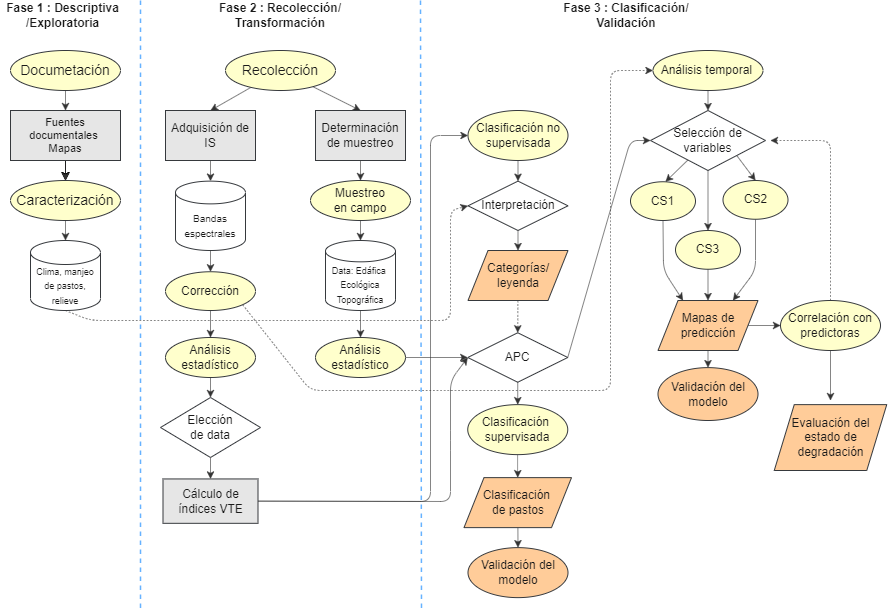
Above: Flujo_corregido.drawio.png in labsaf/COS-HUARI (draw.io), before the change. Source tidied: cells renumbered, new cells last; positions are measured from the earlier drawing's top-left corner, leaving out a move shared by most shapes. Its diagram source:
```xml
<mxGraphModel background="#ffffff">
  <root>
    <mxCell id="0" />
    <mxCell id="1" parent="0" />
    <mxCell id="2" value="Fase 1 : Descriptiva&lt;br&gt;/Exploratoria" style="text;html=1;strokeColor=none;fillColor=none;align=center;verticalAlign=middle;whiteSpace=wrap;rounded=0;fontColor=#1A1A1A;fontStyle=1;" parent="1" vertex="1">
      <mxGeometry width="125" height="30" as="geometry" />
    </mxCell>
    <mxCell id="3" value="Fase 2 : Recolección/&lt;br&gt;Transformación" style="text;html=1;strokeColor=none;fillColor=none;align=center;verticalAlign=middle;whiteSpace=wrap;rounded=0;fontColor=#1A1A1A;fontStyle=1;" parent="1" vertex="1">
      <mxGeometry x="216.2" width="127.5" height="30" as="geometry" />
    </mxCell>
    <mxCell id="4" value="Fase 3 : Clasificación/&lt;br&gt;Validación" style="text;html=1;strokeColor=none;fillColor=none;align=center;verticalAlign=middle;whiteSpace=wrap;rounded=0;fontColor=#1A1A1A;fontStyle=1;" parent="1" vertex="1">
      <mxGeometry x="560" width="131.5" height="30" as="geometry" />
    </mxCell>
    <mxCell id="5" style="edgeStyle=none;html=1;entryX=0;entryY=0.5;entryDx=0;entryDy=0;strokeColor=#333333;dashed=1;strokeWidth=0.6;exitX=0.5;exitY=1;exitDx=0;exitDy=0;exitPerimeter=0;" parent="1" edge="1" source="6" target="43">
      <mxGeometry relative="1" as="geometry">
        <Array as="points">
          <mxPoint x="90" y="320" />
          <mxPoint x="260" y="320" />
          <mxPoint x="450" y="320" />
          <mxPoint x="450" y="260" />
          <mxPoint x="450" y="210" />
        </Array>
      </mxGeometry>
    </mxCell>
    <mxCell id="6" value="&lt;font style=&quot;font-size: 9px;&quot;&gt;Clima, manjeo de pastos, relieve&lt;/font&gt;" style="shape=cylinder3;whiteSpace=wrap;html=1;boundedLbl=1;backgroundOutline=1;size=12.000030517578125;fillColor=#FFFFFF;strokeColor=#36393d;fontColor=#1A1A1A;" parent="1" vertex="1">
      <mxGeometry x="30" y="240" width="70" height="70" as="geometry" />
    </mxCell>
    <mxCell id="7" style="edgeStyle=none;html=1;" parent="1" edge="1" source="10" target="26">
      <mxGeometry relative="1" as="geometry" />
    </mxCell>
    <mxCell id="8" style="edgeStyle=none;html=1;" parent="1" edge="1" source="10" target="26">
      <mxGeometry relative="1" as="geometry" />
    </mxCell>
    <mxCell id="9" style="edgeStyle=none;html=1;entryX=0.5;entryY=0;entryDx=0;entryDy=0;strokeColor=#333333;strokeWidth=0.6;" parent="1" edge="1" source="10" target="26">
      <mxGeometry relative="1" as="geometry" />
    </mxCell>
    <mxCell id="10" value="&lt;font style=&quot;font-size: 11px;&quot;&gt;Fuentes documentales&amp;nbsp;&lt;br&gt;Mapas&lt;/font&gt;" style="rounded=0;whiteSpace=wrap;html=1;fontSize=9;fillColor=#E6E6E6;strokeColor=#36393d;fontColor=#1A1A1A;" parent="1" vertex="1">
      <mxGeometry x="10" y="110" width="110" height="50" as="geometry" />
    </mxCell>
    <mxCell id="11" style="edgeStyle=none;html=1;entryX=0.5;entryY=0;entryDx=0;entryDy=0;strokeColor=#333333;strokeWidth=0.6;" parent="1" edge="1" source="12" target="10">
      <mxGeometry relative="1" as="geometry" />
    </mxCell>
    <mxCell id="12" value="&lt;font style=&quot;font-size: 14px;&quot;&gt;Documetación&lt;/font&gt;" style="ellipse;whiteSpace=wrap;html=1;fillColor=#FFFFCC;strokeColor=#36393d;fontColor=#1A1A1A;" parent="1" vertex="1">
      <mxGeometry x="10" y="50" width="110" height="40" as="geometry" />
    </mxCell>
    <mxCell id="13" style="edgeStyle=none;html=1;exitX=0.5;exitY=1;exitDx=0;exitDy=0;exitPerimeter=0;entryX=0.5;entryY=0;entryDx=0;entryDy=0;strokeColor=#333333;strokeWidth=0.6;" parent="1" edge="1" source="14" target="60">
      <mxGeometry relative="1" as="geometry" />
    </mxCell>
    <mxCell id="14" value="&lt;font style=&quot;font-size: 9px;&quot;&gt;Data: Edáfica&amp;nbsp;&lt;br&gt;Ecológica&lt;br&gt;Topográfica&lt;br&gt;&lt;/font&gt;" style="shape=cylinder3;whiteSpace=wrap;html=1;boundedLbl=1;backgroundOutline=1;size=10.66668701171875;fillColor=#FFFFFF;strokeColor=#36393d;fontColor=#1A1A1A;" parent="1" vertex="1">
      <mxGeometry x="325" y="240" width="70" height="70" as="geometry" />
    </mxCell>
    <mxCell id="15" style="edgeStyle=none;html=1;entryX=0.5;entryY=0;entryDx=0;entryDy=0;entryPerimeter=0;strokeColor=#333333;strokeWidth=0.6;" parent="1" edge="1" source="16" target="18">
      <mxGeometry relative="1" as="geometry" />
    </mxCell>
    <mxCell id="16" value="&lt;font style=&quot;font-size: 12px;&quot;&gt;Adquisición de IS&lt;/font&gt;" style="rounded=0;whiteSpace=wrap;html=1;fontSize=9;fillColor=#E6E6E6;strokeColor=#36393d;fontColor=#1A1A1A;" parent="1" vertex="1">
      <mxGeometry x="165" y="110" width="90" height="50" as="geometry" />
    </mxCell>
    <mxCell id="17" style="edgeStyle=none;html=1;entryX=0.5;entryY=0;entryDx=0;entryDy=0;strokeColor=#333333;strokeWidth=0.6;" parent="1" edge="1" source="18" target="21">
      <mxGeometry relative="1" as="geometry" />
    </mxCell>
    <mxCell id="18" value="&lt;font size=&quot;1&quot;&gt;Bandas &lt;br&gt;espectrales&lt;br&gt;&lt;/font&gt;" style="shape=cylinder3;whiteSpace=wrap;html=1;boundedLbl=1;backgroundOutline=1;size=11.37003051757813;fillColor=#FFFFFF;strokeColor=#36393d;fontColor=#1A1A1A;" parent="1" vertex="1">
      <mxGeometry x="175" y="180.6" width="70" height="69.4" as="geometry" />
    </mxCell>
    <mxCell id="19" style="edgeStyle=none;html=1;entryX=0.5;entryY=0;entryDx=0;entryDy=0;strokeColor=#333333;strokeWidth=0.6;" parent="1" edge="1" source="21" target="49">
      <mxGeometry relative="1" as="geometry" />
    </mxCell>
    <mxCell id="20" style="edgeStyle=none;html=1;entryX=0;entryY=0.5;entryDx=0;entryDy=0;dashed=1;strokeColor=#333333;strokeWidth=0.6;fontSize=11;exitX=1;exitY=1;exitDx=0;exitDy=0;" parent="1" edge="1" source="21" target="30">
      <mxGeometry relative="1" as="geometry">
        <Array as="points">
          <mxPoint x="310" y="390" />
          <mxPoint x="450" y="390" />
          <mxPoint x="610" y="390" />
          <mxPoint x="610" y="230" />
          <mxPoint x="610" y="70" />
        </Array>
      </mxGeometry>
    </mxCell>
    <mxCell id="21" value="Corrección" style="ellipse;whiteSpace=wrap;html=1;fontSize=12;fillColor=#FFFFCC;strokeColor=#36393d;fontColor=#1A1A1A;" parent="1" vertex="1">
      <mxGeometry x="165" y="271.2" width="90" height="38.8" as="geometry" />
    </mxCell>
    <mxCell id="22" style="edgeStyle=none;html=1;exitX=0.5;exitY=1;exitDx=0;exitDy=0;entryX=0.5;entryY=0;entryDx=0;entryDy=0;strokeColor=#333333;strokeWidth=0.6;" parent="1" edge="1" source="24" target="62">
      <mxGeometry relative="1" as="geometry" />
    </mxCell>
    <mxCell id="23" style="edgeStyle=none;html=1;entryX=0;entryY=0.5;entryDx=0;entryDy=0;strokeColor=#333333;strokeWidth=0.6;fontSize=11;exitX=1;exitY=0.5;exitDx=0;exitDy=0;" parent="1" edge="1" source="24" target="67">
      <mxGeometry relative="1" as="geometry">
        <Array as="points">
          <mxPoint x="630" y="140" />
        </Array>
      </mxGeometry>
    </mxCell>
    <mxCell id="24" value="APC" style="rhombus;whiteSpace=wrap;html=1;fontSize=12;fillColor=#FFFFFF;strokeColor=#36393d;fontColor=#1A1A1A;" parent="1" vertex="1">
      <mxGeometry x="467.2" y="332.2" width="100" height="49.5" as="geometry" />
    </mxCell>
    <mxCell id="25" style="edgeStyle=none;html=1;entryX=0.5;entryY=0;entryDx=0;entryDy=0;entryPerimeter=0;strokeColor=#333333;strokeWidth=0.6;" parent="1" edge="1" source="26" target="6">
      <mxGeometry relative="1" as="geometry" />
    </mxCell>
    <mxCell id="26" value="&lt;span style=&quot;font-size: 14px;&quot;&gt;Caracterización&lt;/span&gt;" style="ellipse;whiteSpace=wrap;html=1;fillColor=#FFFFCC;strokeColor=#36393d;fontColor=#1A1A1A;" parent="1" vertex="1">
      <mxGeometry x="10" y="180" width="110" height="40" as="geometry" />
    </mxCell>
    <mxCell id="27" style="edgeStyle=none;html=1;entryX=0.5;entryY=0;entryDx=0;entryDy=0;strokeColor=#333333;strokeWidth=0.6;" parent="1" edge="1" source="28" target="43">
      <mxGeometry relative="1" as="geometry" />
    </mxCell>
    <mxCell id="28" value="Clasificación no supervisada" style="ellipse;whiteSpace=wrap;html=1;fontSize=12;fillColor=#FFFFCC;strokeColor=#36393d;fontColor=#1A1A1A;" parent="1" vertex="1">
      <mxGeometry x="467.5" y="110" width="100" height="50" as="geometry" />
    </mxCell>
    <mxCell id="29" style="edgeStyle=none;html=1;entryX=0.5;entryY=0;entryDx=0;entryDy=0;strokeColor=#333333;strokeWidth=0.6;fontSize=11;" parent="1" edge="1" source="30" target="67">
      <mxGeometry relative="1" as="geometry" />
    </mxCell>
    <mxCell id="30" value="Análisis temporal&amp;nbsp;" style="ellipse;whiteSpace=wrap;html=1;fontSize=12;fillColor=#FFFFCC;strokeColor=#36393d;fontColor=#1A1A1A;" parent="1" vertex="1">
      <mxGeometry x="652.5" y="50" width="110" height="40" as="geometry" />
    </mxCell>
    <mxCell id="31" style="edgeStyle=none;html=1;entryX=0.25;entryY=0;entryDx=0;entryDy=0;strokeColor=#333333;strokeWidth=0.6;fontSize=11;" parent="1" edge="1" source="32" target="39">
      <mxGeometry relative="1" as="geometry">
        <Array as="points">
          <mxPoint x="663" y="270" />
        </Array>
      </mxGeometry>
    </mxCell>
    <mxCell id="32" value="CS1" style="ellipse;whiteSpace=wrap;html=1;fontSize=12;fillColor=#FFFFCC;strokeColor=#36393d;fontColor=#1A1A1A;" parent="1" vertex="1">
      <mxGeometry x="630" y="181.2" width="65" height="38.8" as="geometry" />
    </mxCell>
    <mxCell id="33" style="edgeStyle=none;html=1;entryX=0.5;entryY=0;entryDx=0;entryDy=0;strokeColor=#333333;strokeWidth=0.6;dashed=1;" parent="1" edge="1" source="34" target="24">
      <mxGeometry relative="1" as="geometry" />
    </mxCell>
    <mxCell id="34" value="Categorías/ leyenda" style="shape=parallelogram;perimeter=parallelogramPerimeter;whiteSpace=wrap;html=1;fixedSize=1;fillColor=#ffcc99;strokeColor=#36393d;fontColor=#1A1A1A;" parent="1" vertex="1">
      <mxGeometry x="467.5" y="250" width="100" height="50" as="geometry" />
    </mxCell>
    <mxCell id="35" style="edgeStyle=none;html=1;entryX=0.5;entryY=0;entryDx=0;entryDy=0;strokeColor=#333333;strokeWidth=0.6;" parent="1" edge="1" source="36" target="40">
      <mxGeometry relative="1" as="geometry" />
    </mxCell>
    <mxCell id="36" value="Clasificación&amp;nbsp;&lt;br&gt;de pastos" style="shape=parallelogram;perimeter=parallelogramPerimeter;whiteSpace=wrap;html=1;fixedSize=1;fillColor=#ffcc99;strokeColor=#36393d;fontColor=#1A1A1A;" parent="1" vertex="1">
      <mxGeometry x="463.5" y="477.1" width="107.5" height="50" as="geometry" />
    </mxCell>
    <mxCell id="37" style="edgeStyle=none;html=1;exitX=0.5;exitY=1;exitDx=0;exitDy=0;entryX=0.5;entryY=0;entryDx=0;entryDy=0;strokeColor=#333333;strokeWidth=0.6;fontSize=11;" parent="1" edge="1" source="39" target="41">
      <mxGeometry relative="1" as="geometry" />
    </mxCell>
    <mxCell id="38" style="edgeStyle=none;html=1;entryX=0;entryY=0.5;entryDx=0;entryDy=0;strokeColor=#333333;strokeWidth=0.6;fontSize=11;" parent="1" edge="1" source="39" target="74">
      <mxGeometry relative="1" as="geometry" />
    </mxCell>
    <mxCell id="39" value="Mapas de predicción" style="shape=parallelogram;perimeter=parallelogramPerimeter;whiteSpace=wrap;html=1;fixedSize=1;fillColor=#ffcc99;strokeColor=#36393d;fontColor=#1A1A1A;" parent="1" vertex="1">
      <mxGeometry x="657.5" y="300" width="100" height="50" as="geometry" />
    </mxCell>
    <mxCell id="40" value="Validación del modelo" style="ellipse;whiteSpace=wrap;html=1;fontSize=12;fillColor=#ffcc99;strokeColor=#36393d;fontColor=#1A1A1A;" parent="1" vertex="1">
      <mxGeometry x="467.5" y="547.1" width="100" height="50" as="geometry" />
    </mxCell>
    <mxCell id="41" value="Validación del modelo" style="ellipse;whiteSpace=wrap;html=1;fontSize=12;fillColor=#ffcc99;strokeColor=#36393d;fontColor=#1A1A1A;" parent="1" vertex="1">
      <mxGeometry x="657.5" y="367.1" width="100" height="52.9" as="geometry" />
    </mxCell>
    <mxCell id="42" style="edgeStyle=none;html=1;entryX=0.5;entryY=0;entryDx=0;entryDy=0;strokeColor=#333333;strokeWidth=0.6;" parent="1" edge="1" source="43" target="34">
      <mxGeometry relative="1" as="geometry">
        <Array as="points">
          <mxPoint x="517.5" y="250" />
        </Array>
      </mxGeometry>
    </mxCell>
    <mxCell id="43" value="Interpretación" style="rhombus;whiteSpace=wrap;html=1;fontSize=12;fillColor=#FFFFFF;strokeColor=#36393d;fontColor=#1A1A1A;" parent="1" vertex="1">
      <mxGeometry x="467.5" y="180.6" width="100" height="49.4" as="geometry" />
    </mxCell>
    <mxCell id="44" style="endArrow=none;dashed=1;html=1;strokeColor=#66B2FF;strokeWidth=1.5;fontColor=#1A1A1A;" parent="1" edge="1">
      <mxGeometry relative="1" as="geometry">
        <mxPoint x="140" as="sourcePoint" />
        <mxPoint x="140" y="610" as="targetPoint" />
      </mxGeometry>
    </mxCell>
    <mxCell id="45" style="edgeStyle=none;html=1;entryX=0.5;entryY=0;entryDx=0;entryDy=0;strokeColor=#333333;strokeWidth=0.6;" parent="1" edge="1" source="47" target="16">
      <mxGeometry relative="1" as="geometry" />
    </mxCell>
    <mxCell id="46" style="edgeStyle=none;html=1;entryX=0.5;entryY=0;entryDx=0;entryDy=0;strokeColor=#333333;strokeWidth=0.6;" parent="1" edge="1" source="47" target="56">
      <mxGeometry relative="1" as="geometry" />
    </mxCell>
    <mxCell id="47" value="&lt;span style=&quot;font-size: 14px;&quot;&gt;Recolección&lt;/span&gt;" style="ellipse;whiteSpace=wrap;html=1;fillColor=#FFFFCC;strokeColor=#36393d;fontColor=#1A1A1A;" parent="1" vertex="1">
      <mxGeometry x="225" y="50" width="110" height="40" as="geometry" />
    </mxCell>
    <mxCell id="48" style="edgeStyle=none;html=1;entryX=0.5;entryY=0;entryDx=0;entryDy=0;strokeColor=#333333;strokeWidth=0.6;" parent="1" edge="1" source="49" target="51">
      <mxGeometry relative="1" as="geometry" />
    </mxCell>
    <mxCell id="49" value="Análisis &lt;br&gt;estadístico" style="ellipse;whiteSpace=wrap;html=1;fontSize=12;fillColor=#FFFFCC;strokeColor=#36393d;fontColor=#1A1A1A;" parent="1" vertex="1">
      <mxGeometry x="165" y="337" width="90" height="40" as="geometry" />
    </mxCell>
    <mxCell id="50" style="edgeStyle=none;html=1;entryX=0.5;entryY=0;entryDx=0;entryDy=0;strokeColor=#333333;strokeWidth=0.6;" parent="1" edge="1" source="51" target="54">
      <mxGeometry relative="1" as="geometry" />
    </mxCell>
    <mxCell id="51" value="Elección &lt;br&gt;de data" style="rhombus;whiteSpace=wrap;html=1;fontSize=12;fillColor=#FFFFFF;strokeColor=#36393d;fontColor=#1A1A1A;" parent="1" vertex="1">
      <mxGeometry x="160" y="397" width="100" height="60" as="geometry" />
    </mxCell>
    <mxCell id="52" style="edgeStyle=none;html=1;exitX=1;exitY=0.5;exitDx=0;exitDy=0;entryX=0;entryY=0.5;entryDx=0;entryDy=0;strokeColor=#333333;strokeWidth=0.6;" parent="1" edge="1" source="54" target="28">
      <mxGeometry relative="1" as="geometry">
        <Array as="points">
          <mxPoint x="430" y="501" />
          <mxPoint x="430" y="135" />
        </Array>
      </mxGeometry>
    </mxCell>
    <mxCell id="53" style="edgeStyle=none;html=1;entryX=0;entryY=0.5;entryDx=0;entryDy=0;strokeColor=#333333;strokeWidth=0.6;exitX=1;exitY=0.5;exitDx=0;exitDy=0;" parent="1" edge="1" source="54" target="24">
      <mxGeometry relative="1" as="geometry">
        <Array as="points">
          <mxPoint x="450" y="501" />
          <mxPoint x="450" y="440" />
          <mxPoint x="450" y="380" />
        </Array>
      </mxGeometry>
    </mxCell>
    <mxCell id="54" value="&lt;font style=&quot;font-size: 12px;&quot;&gt;Cálculo de índices VTE&lt;/font&gt;" style="rounded=0;whiteSpace=wrap;html=1;fontSize=9;fillColor=#E6E6E6;strokeColor=#36393d;fontColor=#1A1A1A;" parent="1" vertex="1">
      <mxGeometry x="162.5" y="478.4" width="95" height="44.4" as="geometry" />
    </mxCell>
    <mxCell id="55" style="edgeStyle=none;html=1;entryX=0.5;entryY=0;entryDx=0;entryDy=0;strokeColor=#333333;strokeWidth=0.6;" parent="1" edge="1" source="56" target="58">
      <mxGeometry relative="1" as="geometry" />
    </mxCell>
    <mxCell id="56" value="&lt;font style=&quot;font-size: 12px;&quot;&gt;Determinación de muestreo&lt;/font&gt;" style="rounded=0;whiteSpace=wrap;html=1;fontSize=9;fillColor=#E6E6E6;strokeColor=#36393d;fontColor=#1A1A1A;" parent="1" vertex="1">
      <mxGeometry x="315" y="110" width="90" height="50" as="geometry" />
    </mxCell>
    <mxCell id="57" style="edgeStyle=none;html=1;entryX=0.5;entryY=0;entryDx=0;entryDy=0;entryPerimeter=0;strokeColor=#333333;strokeWidth=0.6;" parent="1" edge="1" source="58" target="14">
      <mxGeometry relative="1" as="geometry" />
    </mxCell>
    <mxCell id="58" value="Muestreo &lt;br&gt;en campo" style="ellipse;whiteSpace=wrap;html=1;fillColor=#FFFFCC;strokeColor=#36393d;fontColor=#1A1A1A;" parent="1" vertex="1">
      <mxGeometry x="310" y="180" width="100" height="40" as="geometry" />
    </mxCell>
    <mxCell id="59" style="edgeStyle=none;html=1;entryX=0;entryY=0.5;entryDx=0;entryDy=0;strokeColor=#333333;strokeWidth=0.6;" parent="1" edge="1" source="60" target="24">
      <mxGeometry relative="1" as="geometry" />
    </mxCell>
    <mxCell id="60" value="Análisis &lt;br&gt;estadístico" style="ellipse;whiteSpace=wrap;html=1;fontSize=12;fillColor=#FFFFCC;strokeColor=#36393d;fontColor=#1A1A1A;" parent="1" vertex="1">
      <mxGeometry x="315" y="337" width="90" height="40" as="geometry" />
    </mxCell>
    <mxCell id="61" style="edgeStyle=none;html=1;entryX=0.5;entryY=0;entryDx=0;entryDy=0;strokeColor=#333333;strokeWidth=0.6;" parent="1" edge="1" source="62" target="36">
      <mxGeometry relative="1" as="geometry" />
    </mxCell>
    <mxCell id="62" value="Clasificación&amp;nbsp; supervisada" style="ellipse;whiteSpace=wrap;html=1;fontSize=12;fillColor=#FFFFCC;strokeColor=#36393d;fontColor=#1A1A1A;" parent="1" vertex="1">
      <mxGeometry x="467.2" y="404.1" width="100" height="50" as="geometry" />
    </mxCell>
    <mxCell id="63" style="endArrow=none;dashed=1;html=1;strokeColor=#66B2FF;strokeWidth=1.5;fontColor=#1A1A1A;" parent="1" edge="1">
      <mxGeometry relative="1" as="geometry">
        <mxPoint x="420" as="sourcePoint" />
        <mxPoint x="421" y="610" as="targetPoint" />
      </mxGeometry>
    </mxCell>
    <mxCell id="64" style="edgeStyle=none;html=1;entryX=0.5;entryY=0;entryDx=0;entryDy=0;strokeColor=#333333;strokeWidth=0.6;fontSize=11;" parent="1" edge="1" source="67">
      <mxGeometry relative="1" as="geometry">
        <mxPoint x="665" y="181.2" as="targetPoint" />
      </mxGeometry>
    </mxCell>
    <mxCell id="65" style="edgeStyle=none;html=1;exitX=1;exitY=1;exitDx=0;exitDy=0;strokeColor=#333333;strokeWidth=0.6;fontSize=11;entryX=0.5;entryY=0;entryDx=0;entryDy=0;" parent="1" edge="1" source="67" target="69">
      <mxGeometry relative="1" as="geometry" />
    </mxCell>
    <mxCell id="66" style="edgeStyle=none;html=1;entryX=0.5;entryY=0;entryDx=0;entryDy=0;strokeColor=#333333;strokeWidth=0.6;fontSize=11;" parent="1" edge="1" source="67" target="71">
      <mxGeometry relative="1" as="geometry" />
    </mxCell>
    <mxCell id="67" value="Selección de variables" style="rhombus;whiteSpace=wrap;html=1;fontSize=12;fillColor=#FFFFFF;strokeColor=#36393d;fontColor=#1A1A1A;" parent="1" vertex="1">
      <mxGeometry x="650" y="110" width="115" height="60" as="geometry" />
    </mxCell>
    <mxCell id="68" style="edgeStyle=none;html=1;entryX=0.75;entryY=0;entryDx=0;entryDy=0;strokeColor=#333333;strokeWidth=0.6;fontSize=11;" parent="1" edge="1" source="69" target="39">
      <mxGeometry relative="1" as="geometry">
        <Array as="points">
          <mxPoint x="755" y="270" />
        </Array>
      </mxGeometry>
    </mxCell>
    <mxCell id="69" value="CS2" style="ellipse;whiteSpace=wrap;html=1;fontSize=12;fillColor=#FFFFCC;strokeColor=#36393d;fontColor=#1A1A1A;" parent="1" vertex="1">
      <mxGeometry x="722.5" y="180" width="65" height="38.8" as="geometry" />
    </mxCell>
    <mxCell id="70" style="edgeStyle=none;html=1;entryX=0.5;entryY=0;entryDx=0;entryDy=0;strokeColor=#333333;strokeWidth=0.6;fontSize=11;" parent="1" edge="1" source="71" target="39">
      <mxGeometry relative="1" as="geometry" />
    </mxCell>
    <mxCell id="71" value="CS3" style="ellipse;whiteSpace=wrap;html=1;fontSize=12;fillColor=#FFFFCC;strokeColor=#36393d;fontColor=#1A1A1A;" parent="1" vertex="1">
      <mxGeometry x="675" y="230" width="65" height="38.8" as="geometry" />
    </mxCell>
    <mxCell id="72" style="edgeStyle=none;html=1;strokeColor=#333333;strokeWidth=0.6;fontSize=11;dashed=1;" parent="1" edge="1" source="74">
      <mxGeometry relative="1" as="geometry">
        <mxPoint x="770" y="140" as="targetPoint" />
        <Array as="points">
          <mxPoint x="830" y="140" />
        </Array>
      </mxGeometry>
    </mxCell>
    <mxCell id="73" style="edgeStyle=none;html=1;strokeColor=#333333;strokeWidth=0.6;fontSize=11;" parent="1" edge="1" source="74">
      <mxGeometry relative="1" as="geometry">
        <mxPoint x="830" y="400" as="targetPoint" />
      </mxGeometry>
    </mxCell>
    <mxCell id="74" value="Correlación con predictoras" style="ellipse;whiteSpace=wrap;html=1;fontSize=12;fillColor=#FFFFCC;strokeColor=#36393d;fontColor=#1A1A1A;" parent="1" vertex="1">
      <mxGeometry x="780" y="300" width="100" height="50" as="geometry" />
    </mxCell>
    <mxCell id="75" value="Evaluación del estado de degradación" style="shape=parallelogram;perimeter=parallelogramPerimeter;whiteSpace=wrap;html=1;fixedSize=1;fillColor=#ffcc99;strokeColor=#36393d;fontColor=#1A1A1A;" parent="1" vertex="1">
      <mxGeometry x="773.8" y="404.1" width="112.5" height="65.9" as="geometry" />
    </mxCell>
  </root>
</mxGraphModel>
```
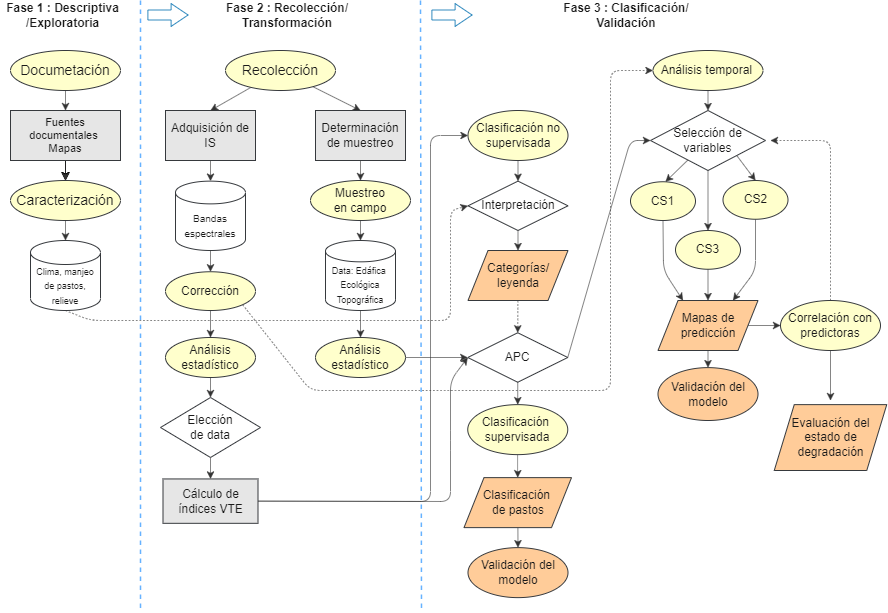
After the commit.

Change to the diagram source:
```diff
@@ -6,7 +6,7 @@
       <mxGeometry width="125" height="30" as="geometry" />
     </mxCell>
     <mxCell id="3" value="Fase 2 : Recolección/&lt;br&gt;Transformación" style="text;html=1;strokeColor=none;fillColor=none;align=center;verticalAlign=middle;whiteSpace=wrap;rounded=0;fontColor=#1A1A1A;fontStyle=1;" parent="1" vertex="1">
-      <mxGeometry x="216.2" width="127.5" height="30" as="geometry" />
+      <mxGeometry x="223" width="127.5" height="30" as="geometry" />
     </mxCell>
     <mxCell id="4" value="Fase 3 : Clasificación/&lt;br&gt;Validación" style="text;html=1;strokeColor=none;fillColor=none;align=center;verticalAlign=middle;whiteSpace=wrap;rounded=0;fontColor=#1A1A1A;fontStyle=1;" parent="1" vertex="1">
       <mxGeometry x="560" width="131.5" height="30" as="geometry" />
@@ -282,5 +282,17 @@
     <mxCell id="75" value="Evaluación del estado de degradación" style="shape=parallelogram;perimeter=parallelogramPerimeter;whiteSpace=wrap;html=1;fixedSize=1;fillColor=#ffcc99;strokeColor=#36393d;fontColor=#1A1A1A;" parent="1" vertex="1">
       <mxGeometry x="773.8" y="404.1" width="112.5" height="65.9" as="geometry" />
     </mxCell>
+    <mxCell id="76" style="shape=flexArrow;endArrow=classic;html=1;strokeColor=#006EAF;strokeWidth=0.8;fontSize=9;fillColor=none;endWidth=12;endSize=5.4;" parent="1" edge="1">
+      <mxGeometry relative="1" as="geometry">
+        <mxPoint x="147" y="14.5" as="sourcePoint" />
+        <mxPoint x="188" y="14.5" as="targetPoint" />
+      </mxGeometry>
+    </mxCell>
+    <mxCell id="77" style="shape=flexArrow;endArrow=classic;html=1;strokeColor=#006EAF;strokeWidth=0.8;fontSize=9;fillColor=none;endWidth=12;endSize=5.4;" parent="1" edge="1">
+      <mxGeometry relative="1" as="geometry">
+        <mxPoint x="431" y="14.5" as="sourcePoint" />
+        <mxPoint x="472" y="14.5" as="targetPoint" />
+      </mxGeometry>
+    </mxCell>
   </root>
 </mxGraphModel>
```
